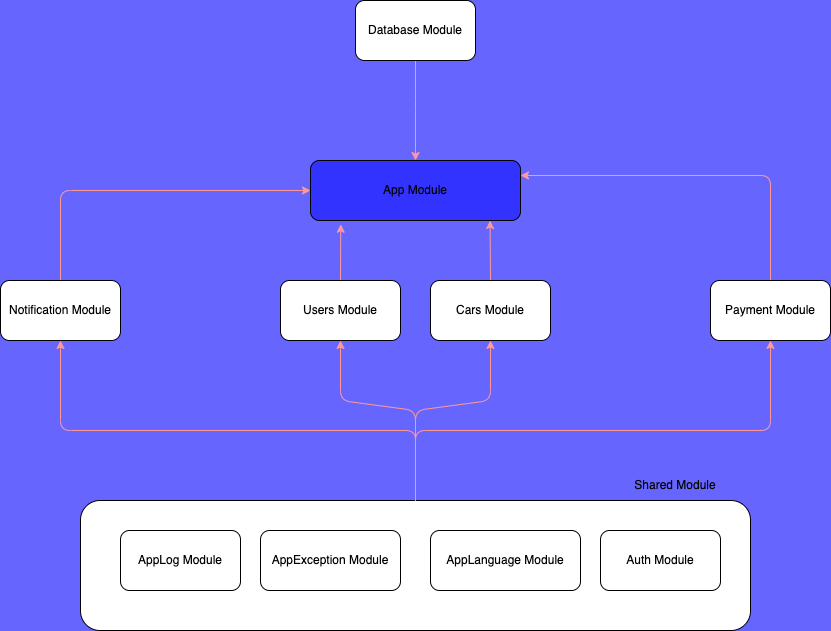
Earlier version of the draw.io export ModuleArchitecture.drawio.png (vnbrew/quynd-car-rent-nestjs). Source tidied: cells renumbered, new cells last; positions are measured from the earlier drawing's top-left corner, leaving out a move shared by most shapes.
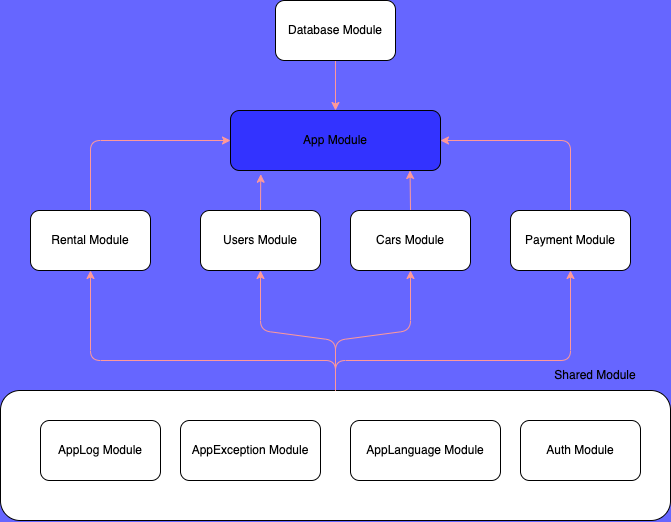
The same diagram one commit later.

Change to the diagram source:
```diff
@@ -3,7 +3,7 @@
     <mxCell id="0" />
     <mxCell id="1" parent="0" />
     <mxCell id="2" value="App Module" style="rounded=1;whiteSpace=wrap;html=1;fillColor=#3333FF;" parent="1" vertex="1">
-      <mxGeometry x="310" y="160" width="210" height="60" as="geometry" />
+      <mxGeometry x="310" y="180" width="210" height="60" as="geometry" />
     </mxCell>
     <mxCell id="3" style="edgeStyle=none;html=1;exitX=0.5;exitY=0;exitDx=0;exitDy=0;entryX=0.144;entryY=1.062;entryDx=0;entryDy=0;entryPerimeter=0;rounded=1;strokeColor=#FF9999;" parent="1" edge="1" source="4" target="2">
       <mxGeometry relative="1" as="geometry" />
@@ -17,15 +17,15 @@
     <mxCell id="6" value="Cars Module" style="rounded=1;whiteSpace=wrap;html=1;" parent="1" vertex="1">
       <mxGeometry x="430" y="280" width="120" height="60" as="geometry" />
     </mxCell>
-    <mxCell id="7" style="edgeStyle=none;html=1;exitX=0.5;exitY=0;exitDx=0;exitDy=0;entryX=1;entryY=0.25;entryDx=0;entryDy=0;rounded=1;strokeColor=#FF9999;" parent="1" edge="1" source="8" target="2">
+    <mxCell id="7" style="edgeStyle=none;html=1;exitX=0.5;exitY=0;exitDx=0;exitDy=0;entryX=1;entryY=0.5;entryDx=0;entryDy=0;rounded=1;strokeColor=#FF9999;" parent="1" edge="1" source="8" target="2">
       <mxGeometry relative="1" as="geometry">
         <Array as="points">
-          <mxPoint x="770" y="175" />
+          <mxPoint x="650" y="210" />
         </Array>
       </mxGeometry>
     </mxCell>
     <mxCell id="8" value="Payment Module" style="rounded=1;whiteSpace=wrap;html=1;" parent="1" vertex="1">
-      <mxGeometry x="710" y="280" width="120" height="60" as="geometry" />
+      <mxGeometry x="590" y="280" width="120" height="60" as="geometry" />
     </mxCell>
     <mxCell id="9" style="edgeStyle=none;html=1;exitX=0.5;exitY=1;exitDx=0;exitDy=0;entryX=0.5;entryY=0;entryDx=0;entryDy=0;rounded=1;strokeColor=#FF9999;" parent="1" edge="1" source="10" target="2">
       <mxGeometry relative="1" as="geometry">
@@ -35,9 +35,9 @@
       </mxGeometry>
     </mxCell>
     <mxCell id="10" value="Database Module" style="rounded=1;whiteSpace=wrap;html=1;" parent="1" vertex="1">
-      <mxGeometry x="355" width="120" height="60" as="geometry" />
+      <mxGeometry x="355" y="70" width="120" height="60" as="geometry" />
     </mxCell>
-    <mxCell id="11" style="edgeStyle=none;html=1;exitX=0.5;exitY=1;exitDx=0;exitDy=0;entryX=0.5;entryY=0;entryDx=0;entryDy=0;rounded=1;strokeColor=#FF9999;" parent="1" edge="1" source="x">
+    <mxCell id="11" style="edgeStyle=none;html=1;exitX=0.5;exitY=1;exitDx=0;exitDy=0;entryX=0.5;entryY=0;entryDx=0;entryDy=0;rounded=1;strokeColor=#FF9999;" parent="1" edge="1">
       <mxGeometry relative="1" as="geometry">
         <mxPoint x="415" y="40" as="targetPoint" />
       </mxGeometry>
@@ -45,15 +45,15 @@
     <mxCell id="12" style="edgeStyle=none;html=1;exitX=0.5;exitY=0;exitDx=0;exitDy=0;entryX=0;entryY=0.5;entryDx=0;entryDy=0;rounded=1;strokeColor=#FF9999;" parent="1" edge="1" source="13" target="2">
       <mxGeometry relative="1" as="geometry">
         <Array as="points">
-          <mxPoint x="60" y="190" />
+          <mxPoint x="170" y="210" />
         </Array>
       </mxGeometry>
     </mxCell>
-    <mxCell id="13" value="Notification Module" style="rounded=1;whiteSpace=wrap;html=1;" parent="1" vertex="1">
-      <mxGeometry y="280" width="120" height="60" as="geometry" />
+    <mxCell id="13" value="Rental Module" style="rounded=1;whiteSpace=wrap;html=1;" parent="1" vertex="1">
+      <mxGeometry x="110" y="280" width="120" height="60" as="geometry" />
     </mxCell>
     <mxCell id="14" style="group;rounded=1;" parent="1" vertex="1">
-      <mxGeometry x="80" y="470" width="670" height="160" as="geometry" />
+      <mxGeometry x="80" y="430" width="670" height="160" as="geometry" />
     </mxCell>
     <mxCell id="15" style="group;rounded=1;" parent="14" vertex="1">
       <mxGeometry y="30" width="670" height="130" as="geometry" />
@@ -80,7 +80,7 @@
       <mxGeometry relative="1" as="geometry">
         <Array as="points">
           <mxPoint x="415" y="430" />
-          <mxPoint x="60" y="430" />
+          <mxPoint x="170" y="430" />
         </Array>
       </mxGeometry>
     </mxCell>
@@ -104,7 +104,7 @@
       <mxGeometry relative="1" as="geometry">
         <Array as="points">
           <mxPoint x="415" y="430" />
-          <mxPoint x="770" y="430" />
+          <mxPoint x="650" y="430" />
         </Array>
       </mxGeometry>
     </mxCell>
```
